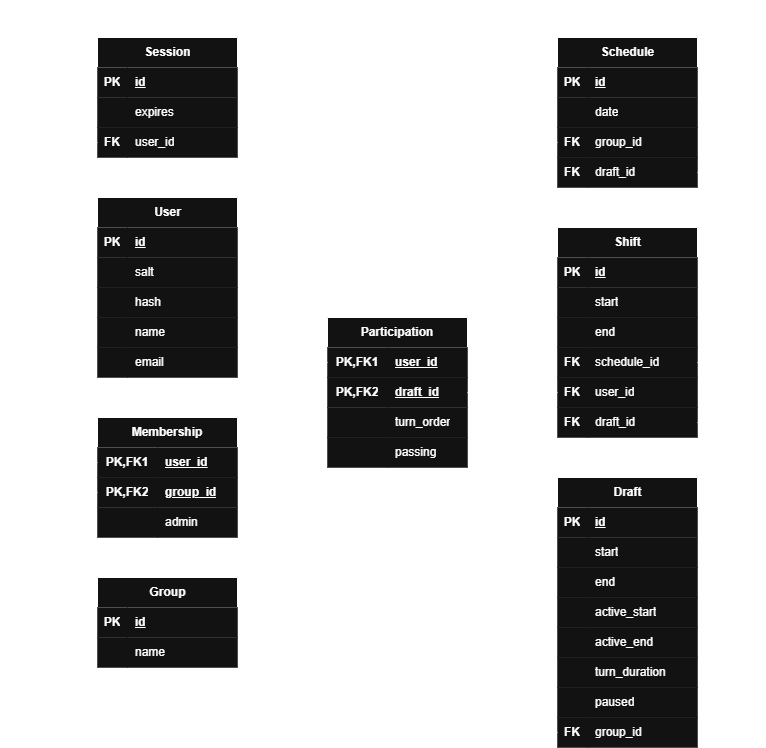
Before: documentation/database-schema.png, a diagram exported from draw.io (AaronOwensSE/shiftER). Source tidied: cells renumbered, new cells last; positions are measured from the earlier drawing's top-left corner, leaving out a move shared by most shapes.
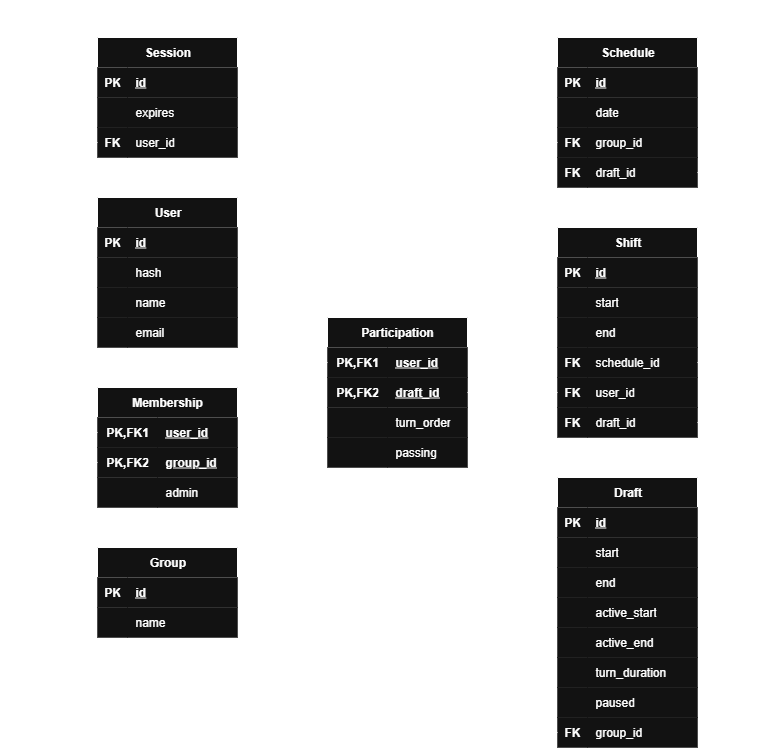
After the commit.

Change to the diagram source:
```diff
@@ -33,7 +33,7 @@
       <mxGeometry x="30" width="110" height="30" as="geometry" />
     </mxCell>
     <mxCell id="12" value="User" style="shape=table;startSize=30;rowLines=0;fontStyle=1;align=center;html=1;" parent="1" vertex="1">
-      <mxGeometry x="90" y="190" width="140" height="180" as="geometry" />
+      <mxGeometry x="90" y="190" width="140" height="150" as="geometry" />
     </mxCell>
     <mxCell id="13" style="shape=tableRow;horizontal=0;startSize=0;swimlaneHead=0;swimlaneBody=0;points=[[0,0.5],[1,0.5]];portConstraint=eastwest;top=0;left=0;right=0;bottom=1;" parent="12" vertex="1">
       <mxGeometry y="30" width="140" height="30" as="geometry" />
@@ -44,17 +44,8 @@
     <mxCell id="15" value="id" style="shape=partialRectangle;top=0;left=0;bottom=0;right=0;align=left;spacingLeft=6;fontStyle=5;overflow=hidden;whiteSpace=wrap;html=1;" parent="13" vertex="1">
       <mxGeometry x="30" width="110" height="30" as="geometry" />
     </mxCell>
-    <mxCell id="16" style="shape=tableRow;horizontal=0;startSize=0;swimlaneHead=0;swimlaneBody=0;top=0;left=0;right=0;bottom=0;" parent="12" vertex="1">
-      <mxGeometry y="60" width="140" height="30" as="geometry" />
-    </mxCell>
-    <mxCell id="17" style="shape=partialRectangle;top=0;left=0;bottom=0;right=0;overflow=hidden;whiteSpace=wrap;html=1;" parent="16" vertex="1">
-      <mxGeometry width="30" height="30" as="geometry" />
-    </mxCell>
-    <mxCell id="18" value="salt" style="shape=partialRectangle;top=0;left=0;bottom=0;right=0;align=left;spacingLeft=6;overflow=hidden;whiteSpace=wrap;html=1;" parent="16" vertex="1">
-      <mxGeometry x="30" width="110" height="30" as="geometry" />
-    </mxCell>
     <mxCell id="19" style="shape=tableRow;horizontal=0;startSize=0;swimlaneHead=0;swimlaneBody=0;top=0;left=0;right=0;bottom=0;" parent="12" vertex="1">
-      <mxGeometry y="90" width="140" height="30" as="geometry" />
+      <mxGeometry y="60" width="140" height="30" as="geometry" />
     </mxCell>
     <mxCell id="20" style="shape=partialRectangle;top=0;left=0;bottom=0;right=0;overflow=hidden;whiteSpace=wrap;html=1;" parent="19" vertex="1">
       <mxGeometry width="30" height="30" as="geometry" />
@@ -63,7 +54,7 @@
       <mxGeometry x="30" width="110" height="30" as="geometry" />
     </mxCell>
     <mxCell id="22" style="shape=tableRow;horizontal=0;startSize=0;swimlaneHead=0;swimlaneBody=0;top=0;left=0;right=0;bottom=0;" parent="12" vertex="1">
-      <mxGeometry y="120" width="140" height="30" as="geometry" />
+      <mxGeometry y="90" width="140" height="30" as="geometry" />
     </mxCell>
     <mxCell id="23" style="shape=partialRectangle;top=0;left=0;bottom=0;right=0;overflow=hidden;whiteSpace=wrap;html=1;" parent="22" vertex="1">
       <mxGeometry width="30" height="30" as="geometry" />
@@ -72,7 +63,7 @@
       <mxGeometry x="30" width="110" height="30" as="geometry" />
     </mxCell>
     <mxCell id="25" style="shape=tableRow;horizontal=0;startSize=0;swimlaneHead=0;swimlaneBody=0;top=0;left=0;right=0;bottom=0;" parent="12" vertex="1">
-      <mxGeometry y="150" width="140" height="30" as="geometry" />
+      <mxGeometry y="120" width="140" height="30" as="geometry" />
     </mxCell>
     <mxCell id="26" style="shape=partialRectangle;top=0;left=0;bottom=0;right=0;overflow=hidden;whiteSpace=wrap;html=1;" parent="25" vertex="1">
       <mxGeometry width="30" height="30" as="geometry" />
@@ -81,7 +72,7 @@
       <mxGeometry x="30" width="110" height="30" as="geometry" />
     </mxCell>
     <mxCell id="28" value="Group" style="shape=table;startSize=30;rowLines=0;fontStyle=1;align=center;html=1;" parent="1" vertex="1">
-      <mxGeometry x="90" y="570" width="140" height="90" as="geometry" />
+      <mxGeometry x="90" y="540" width="140" height="90" as="geometry" />
     </mxCell>
     <mxCell id="29" style="shape=tableRow;horizontal=0;startSize=0;swimlaneHead=0;swimlaneBody=0;points=[[0,0.5],[1,0.5]];portConstraint=eastwest;top=0;left=0;right=0;bottom=1;" parent="28" vertex="1">
       <mxGeometry y="30" width="140" height="30" as="geometry" />
@@ -273,7 +264,7 @@
       <mxGeometry x="30" width="110" height="30" as="geometry" />
     </mxCell>
     <mxCell id="92" value="Membership" style="shape=table;startSize=30;rowLines=0;fontStyle=1;align=center;html=1;whiteSpace=wrap;" parent="1" vertex="1">
-      <mxGeometry x="90" y="410" width="140" height="120" as="geometry" />
+      <mxGeometry x="90" y="380" width="140" height="120" as="geometry" />
     </mxCell>
     <mxCell id="93" style="shape=tableRow;horizontal=0;startSize=0;swimlaneHead=0;swimlaneBody=0;points=[[0,0.5],[1,0.5]];portConstraint=eastwest;top=0;left=0;right=0;bottom=0;html=1;" parent="92" vertex="1">
       <mxGeometry y="30" width="140" height="30" as="geometry" />
@@ -353,7 +344,7 @@
       <mxGeometry relative="1" as="geometry">
         <mxPoint x="50" y="235" as="targetPoint" />
         <Array as="points">
-          <mxPoint x="30" y="455" />
+          <mxPoint x="30" y="425" />
           <mxPoint x="30" y="235" />
         </Array>
       </mxGeometry>
@@ -361,12 +352,12 @@
     <mxCell id="117" style="endArrow=classic;html=1;rounded=0;exitX=0;exitY=0.5;exitDx=0;exitDy=0;entryX=0;entryY=0.5;entryDx=0;entryDy=0;" parent="1" edge="1" source="96" target="29">
       <mxGeometry relative="1" as="geometry">
         <Array as="points">
-          <mxPoint x="60" y="485" />
-          <mxPoint x="60" y="615" />
+          <mxPoint x="60" y="455" />
+          <mxPoint x="60" y="585" />
         </Array>
       </mxGeometry>
     </mxCell>
-    <mxCell id="118" style="endArrow=classic;html=1;rounded=0;exitX=0;exitY=0.5;exitDx=0;exitDy=0;entryX=1;entryY=0.25;entryDx=0;entryDy=0;" parent="1" edge="1" source="103" target="12">
+    <mxCell id="118" style="endArrow=classic;html=1;rounded=0;exitX=0;exitY=0.5;exitDx=0;exitDy=0;entryX=1;entryY=0.5;entryDx=0;entryDy=0;" parent="1" edge="1" source="103" target="13">
       <mxGeometry relative="1" as="geometry">
         <Array as="points">
           <mxPoint x="260" y="355" />
@@ -420,12 +411,12 @@
     </mxCell>
     <mxCell id="124" style="endArrow=classic;html=1;rounded=0;exitX=0;exitY=0.5;exitDx=0;exitDy=0;" parent="1" edge="1" source="67">
       <mxGeometry relative="1" as="geometry">
-        <mxPoint x="50" y="615" as="targetPoint" />
+        <mxPoint x="50" y="585" as="targetPoint" />
         <Array as="points">
           <mxPoint x="520" y="135" />
           <mxPoint x="520" />
           <mxPoint />
-          <mxPoint y="615" />
+          <mxPoint y="585" />
         </Array>
       </mxGeometry>
     </mxCell>
@@ -433,7 +424,7 @@
       <mxGeometry relative="1" as="geometry">
         <Array as="points">
           <mxPoint x="260" y="725" />
-          <mxPoint x="260" y="615" />
+          <mxPoint x="260" y="585" />
         </Array>
       </mxGeometry>
     </mxCell>
```
